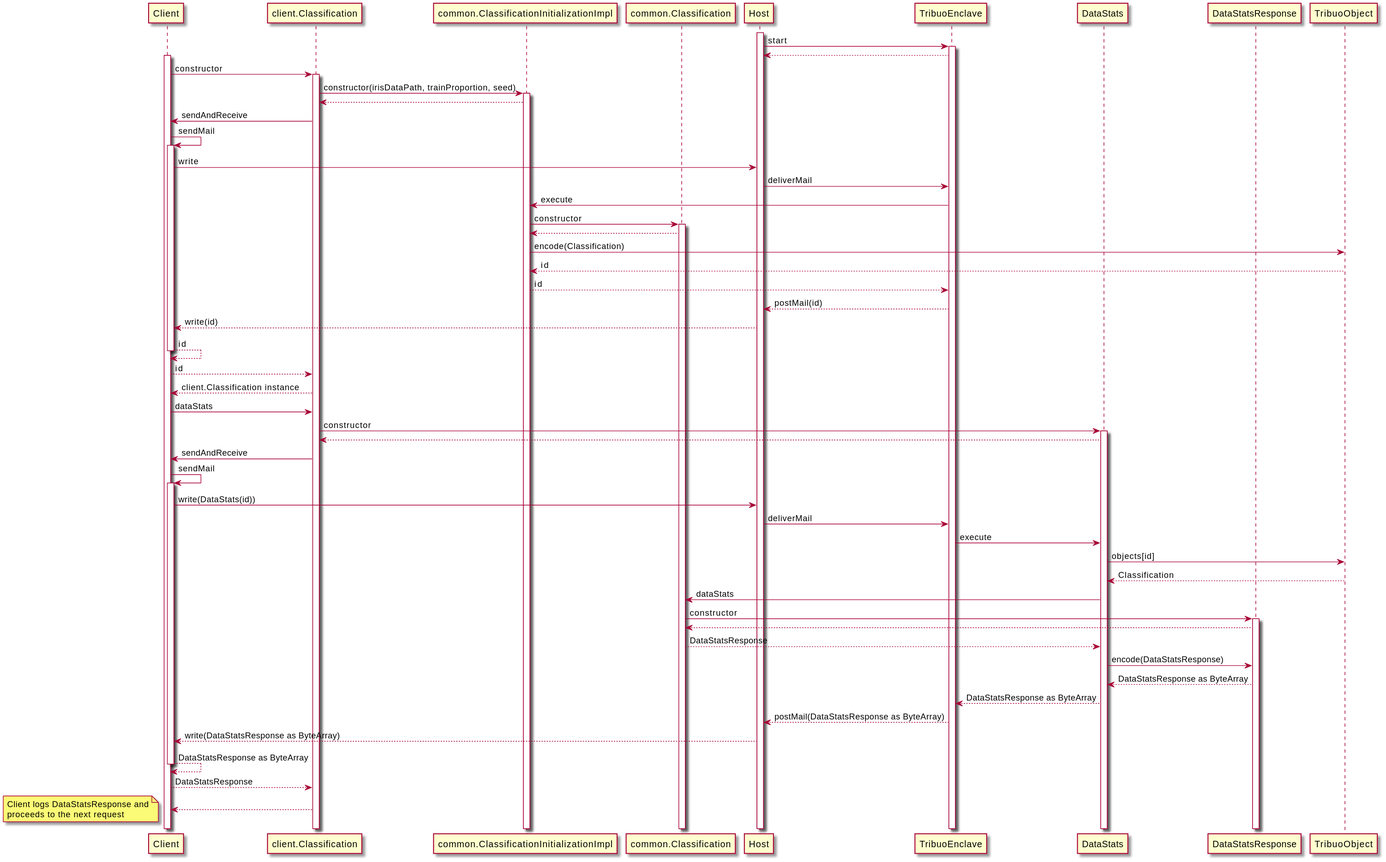
R3Conclave/conclave-samples keeps this PlantUML diagram as tribuo-tutorials/docs/classification-data-stats.svg. Above is the earlier version.
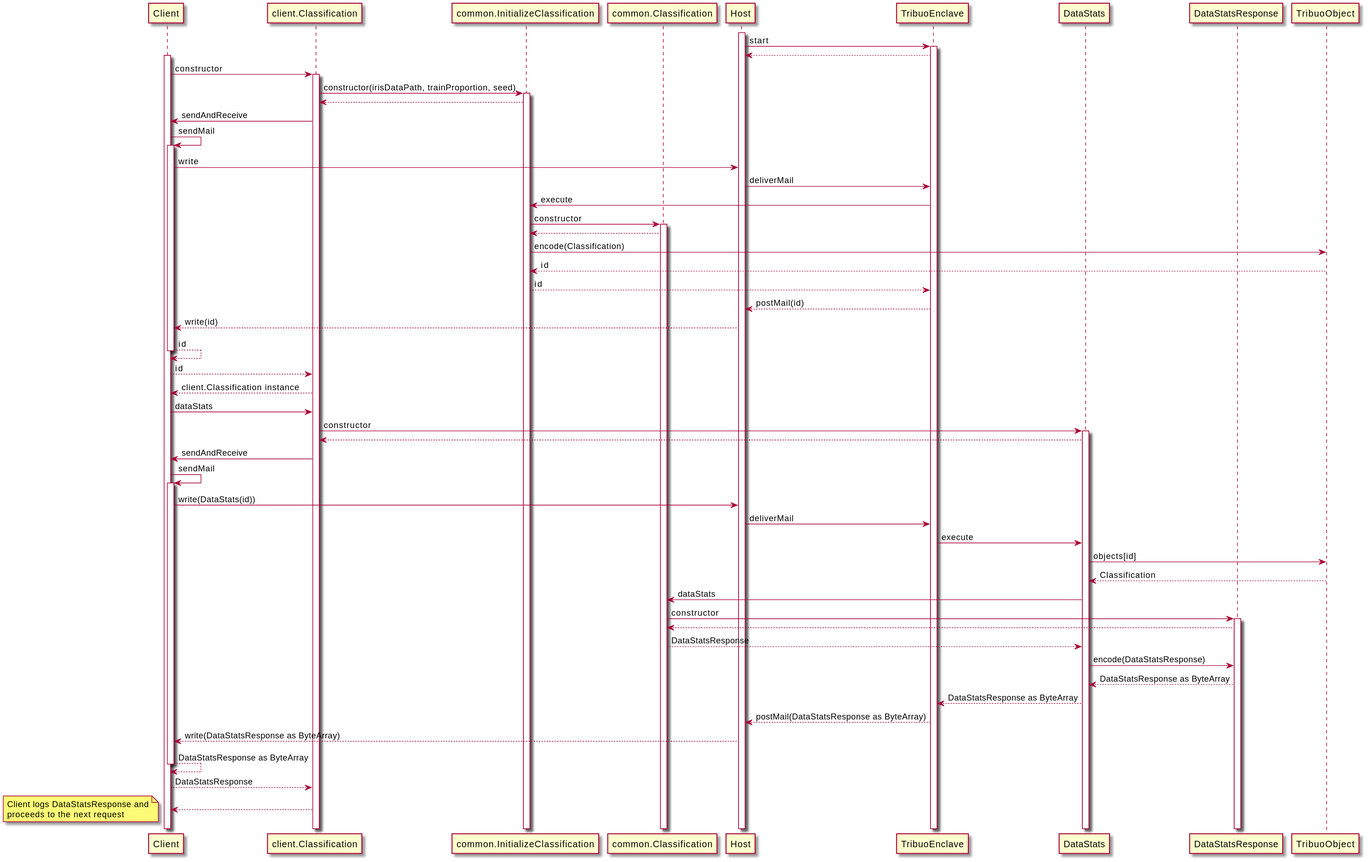
Later version of the same file.

Commit message:
Fix naming convention for classification and clustering initializers

The edit, as a diff of the source:
```diff
@@ -2,7 +2,7 @@
 
 participant Client
 participant "client.Classification" as client_classification
-participant "common.ClassificationInitializationImpl" as common_classification_initialization_impl
+participant "common.InitializeClassification" as common_initialize_classification
 participant "common.Classification" as common_classification
 participant Host
 participant TribuoEnclave
@@ -19,9 +19,9 @@
 Client -> client_classification : constructor
 activate client_classification
 
-client_classification -> common_classification_initialization_impl : constructor(irisDataPath, trainProportion, seed)
-activate common_classification_initialization_impl
-common_classification_initialization_impl --> client_classification
+client_classification -> common_initialize_classification : constructor(irisDataPath, trainProportion, seed)
+activate common_initialize_classification
+common_initialize_classification --> client_classification
 
 client_classification -> Client : sendAndReceive
 Client -> Client : sendMail
@@ -30,14 +30,14 @@
 
 Host -> TribuoEnclave: deliverMail
 
-TribuoEnclave -> common_classification_initialization_impl : execute
-common_classification_initialization_impl -> common_classification : constructor
+TribuoEnclave -> common_initialize_classification : execute
+common_initialize_classification -> common_classification : constructor
 activate common_classification
-common_classification --> common_classification_initialization_impl
+common_classification --> common_initialize_classification
 
-common_classification_initialization_impl -> TribuoObject : encode(Classification)
-TribuoObject --> common_classification_initialization_impl : id
-common_classification_initialization_impl --> TribuoEnclave : id
+common_initialize_classification -> TribuoObject : encode(Classification)
+TribuoObject --> common_initialize_classification : id
+common_initialize_classification --> TribuoEnclave : id
 
 TribuoEnclave --> Host: postMail(id)
 
```
